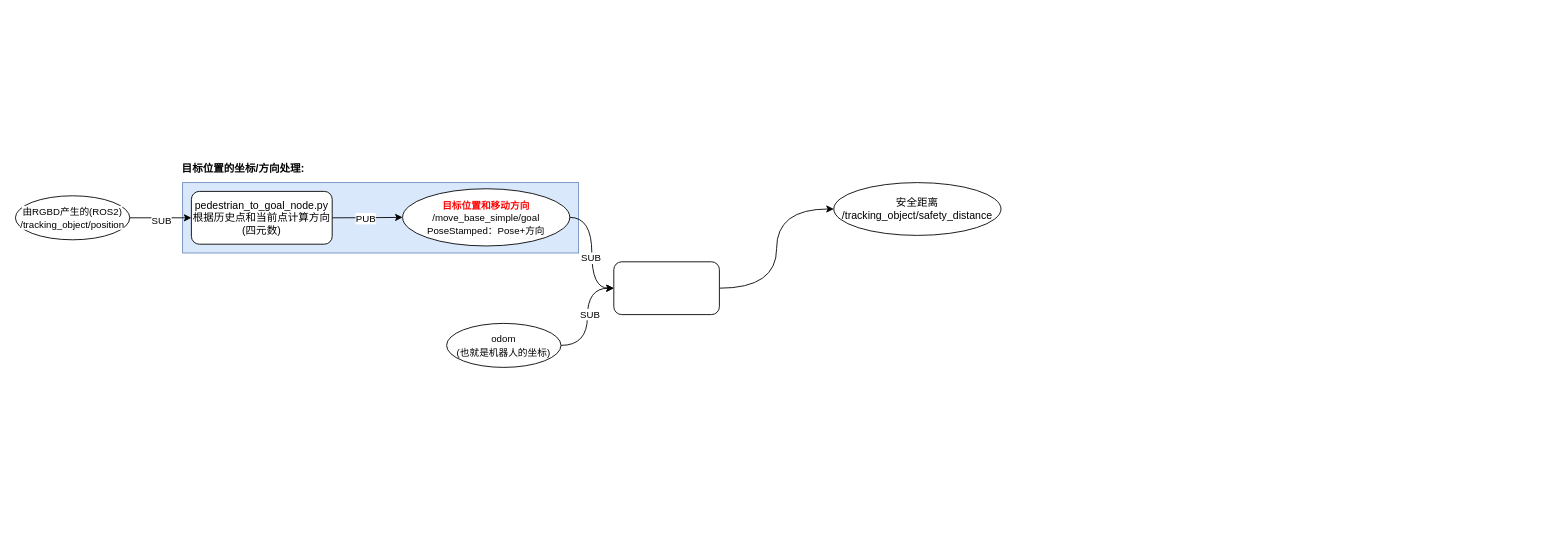
Above: Follow_everything_flow.drawio in mailonghua/drawio (draw.io), before the change. Source tidied: cells renumbered, new cells numbered last; positions are measured from the earlier drawing's top-left corner, leaving out a move shared by most shapes. Both pictures are drawn from the tidied source at 88%, with x=0, y=0 at pixel (15, 156).
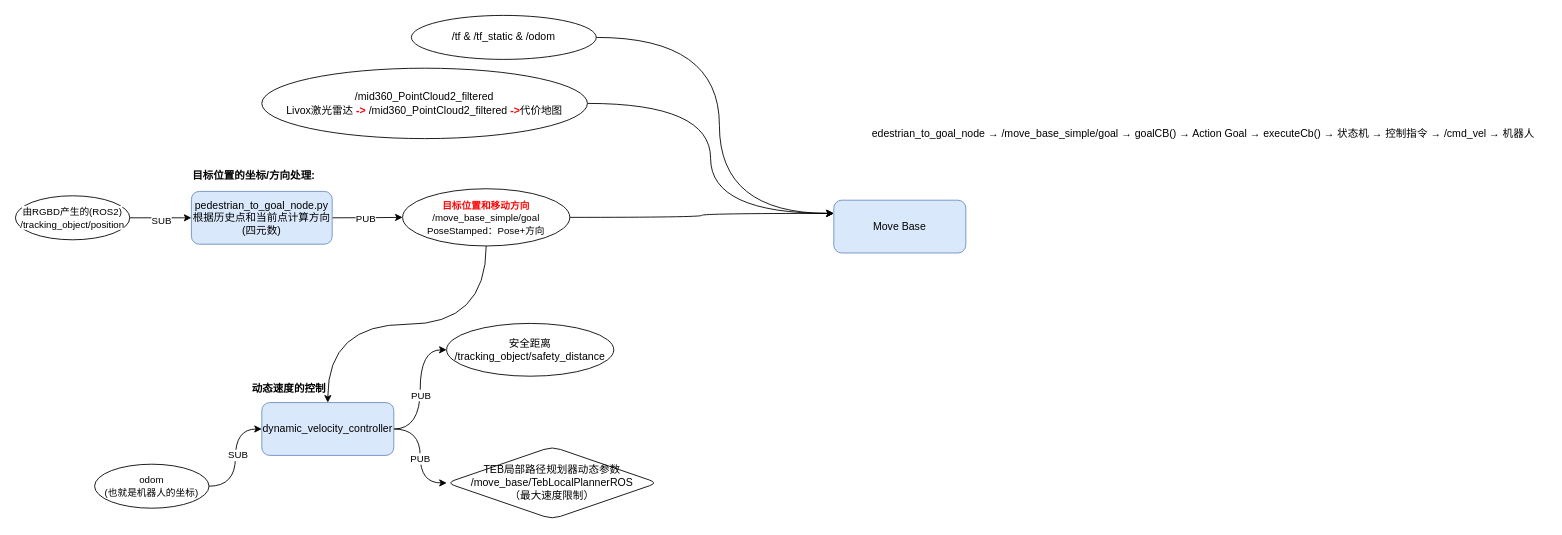
Above is the later version.

Unchanged cells that the change refers to:
```xml
<mxCell id="11" value="&lt;span style=&quot;background-color: rgb(255, 255, 255);&quot;&gt;&lt;span style=&quot;font-size: 11px; text-wrap-mode: nowrap;&quot;&gt;&lt;font style=&quot;color: rgb(255, 0, 0);&quot;&gt;&lt;b&gt;目标位置和移动方向&lt;/b&gt;&lt;/font&gt;&lt;br&gt;/move_base_simple/goal&lt;/span&gt;&lt;br&gt;&lt;span style=&quot;font-size: 11px; text-wrap-mode: nowrap;&quot;&gt;PoseStamped：Pose+方向&lt;/span&gt;&lt;/span&gt;" style="ellipse;whiteSpace=wrap;html=1;" parent="1" vertex="1">
  <mxGeometry x="440" y="37" width="190" height="65" as="geometry" />
</mxCell>
<mxCell id="12" style="edgeStyle=orthogonalEdgeStyle;curved=1;rounded=0;jettySize=auto;html=1;exitX=1;exitY=0.5;exitDx=0;exitDy=0;entryX=0;entryY=0.5;entryDx=0;entryDy=0;" parent="1" edge="1" source="13" target="18">
  <mxGeometry relative="1" as="geometry" />
</mxCell>
```

The edit, as a diff of the source:
```diff
@@
-    <mxCell id="2" style="rounded=0;whiteSpace=wrap;html=1;fillColor=#dae8fc;strokeColor=#6c8ebf;" parent="1" vertex="1">
-      <mxGeometry x="190" y="30" width="450" height="80" as="geometry" />
-    </mxCell>
@@
-    <mxCell id="7" value="pedestrian_to_goal_node.py&lt;br&gt;根据历史点和当前点计算方向(四元数)" style="rounded=1;whiteSpace=wrap;html=1;" parent="1" vertex="1">
+    <mxCell id="7" value="pedestrian_to_goal_node.py&lt;br&gt;根据历史点和当前点计算方向(四元数)" style="rounded=1;whiteSpace=wrap;html=1;fillColor=#dae8fc;strokeColor=#6c8ebf;" parent="1" vertex="1">
       <mxGeometry x="200" y="40" width="160" height="60" as="geometry" />
     </mxCell>
@@
-    <mxCell id="9" style="edgeStyle=orthogonalEdgeStyle;curved=1;rounded=0;jettySize=auto;html=1;exitX=1;exitY=0.5;exitDx=0;exitDy=0;entryX=0;entryY=0.5;entryDx=0;entryDy=0;" parent="1" edge="1" source="11" target="13">
+    <mxCell id="9" style="edgeStyle=orthogonalEdgeStyle;curved=1;rounded=0;jettySize=auto;html=1;exitX=0.5;exitY=1;exitDx=0;exitDy=0;entryX=0.5;entryY=0;entryDx=0;entryDy=0;" parent="1" edge="1" source="11" target="13">
       <mxGeometry relative="1" as="geometry" />
     </mxCell>
-    <mxCell id="10" value="SUB" style="edgeLabel;html=1;align=center;verticalAlign=middle;" parent="9" vertex="1">
-      <mxGeometry x="0.09" y="-2" relative="1" as="geometry" />
-    </mxCell>
+    <mxCell id="19" style="edgeStyle=orthogonalEdgeStyle;curved=1;rounded=0;jettySize=auto;html=1;exitX=1;exitY=0.5;exitDx=0;exitDy=0;entryX=0;entryY=0.25;entryDx=0;entryDy=0;" parent="1" edge="1" source="11" target="25">
+      <mxGeometry relative="1" as="geometry" />
+    </mxCell>
@@
+    <mxCell id="20" value="PUB" style="edgeLabel;html=1;align=center;verticalAlign=middle;" parent="12" vertex="1">
+      <mxGeometry x="-0.08" relative="1" as="geometry" />
+    </mxCell>
+    <mxCell id="21" style="edgeStyle=orthogonalEdgeStyle;curved=1;rounded=0;jettySize=auto;html=1;" parent="1" edge="1" source="13" target="23">
+      <mxGeometry relative="1" as="geometry" />
+    </mxCell>
+    <mxCell id="22" value="PUB" style="edgeLabel;html=1;align=center;verticalAlign=middle;" parent="21" vertex="1">
+      <mxGeometry x="0.04" y="-1" relative="1" as="geometry" />
+    </mxCell>
-    <mxCell id="13" style="rounded=1;whiteSpace=wrap;html=1;" parent="1" vertex="1">
-      <mxGeometry x="680" y="120" width="120" height="60" as="geometry" />
+    <mxCell id="13" value="dynamic_velocity_controller" style="rounded=1;whiteSpace=wrap;html=1;fillColor=#dae8fc;strokeColor=#6c8ebf;" parent="1" vertex="1">
+      <mxGeometry x="280" y="280" width="150" height="60" as="geometry" />
     </mxCell>
@@
     <mxCell id="16" value="&lt;div&gt;&lt;span style=&quot;font-size: 11px; text-wrap-mode: nowrap;&quot;&gt;odom&lt;/span&gt;&lt;/div&gt;&lt;div&gt;&lt;span style=&quot;font-size: 11px; text-wrap-mode: nowrap;&quot;&gt;(也就是机器人的坐标)&lt;/span&gt;&lt;/div&gt;" style="ellipse;whiteSpace=wrap;html=1;" parent="1" vertex="1">
-      <mxGeometry x="490" y="190" width="130" height="50" as="geometry" />
+      <mxGeometry x="90" y="350" width="130" height="50" as="geometry" />
     </mxCell>
     <mxCell id="17" value="目标位置的坐标/方向处理:" style="text;strokeColor=none;align=center;fillColor=none;html=1;verticalAlign=middle;whiteSpace=wrap;rounded=0;fontStyle=1;" parent="1" vertex="1">
-      <mxGeometry x="188" width="142" height="30" as="geometry" />
+      <mxGeometry x="200" y="7" width="142" height="30" as="geometry" />
     </mxCell>
     <mxCell id="18" value="安全距离&lt;br&gt;/tracking_object/safety_distance" style="ellipse;whiteSpace=wrap;html=1;" parent="1" vertex="1">
-      <mxGeometry x="930" y="30" width="190" height="60" as="geometry" />
+      <mxGeometry x="490" y="190" width="190" height="60" as="geometry" />
     </mxCell>
+    <mxCell id="23" value="TEB局部路径规划器动态参数&lt;br&gt;/move_base/TebLocalPlannerROS&lt;br&gt;（最大速度限制）" style="rhombus;whiteSpace=wrap;html=1;rounded=1;" parent="1" vertex="1">
+      <mxGeometry x="490" y="330" width="240" height="82.5" as="geometry" />
+    </mxCell>
+    <mxCell id="24" value="动态速度的控制" style="text;strokeColor=none;align=center;fillColor=none;html=1;verticalAlign=middle;whiteSpace=wrap;rounded=0;fontStyle=1;" parent="1" vertex="1">
+      <mxGeometry x="240" y="250" width="142" height="30" as="geometry" />
+    </mxCell>
+    <mxCell id="25" value="Move Base" style="rounded=1;whiteSpace=wrap;html=1;fillColor=#dae8fc;strokeColor=#6c8ebf;" parent="1" vertex="1">
+      <mxGeometry x="930" y="50" width="150" height="60" as="geometry" />
+    </mxCell>
+    <mxCell id="26" style="edgeStyle=orthogonalEdgeStyle;curved=1;rounded=0;jettySize=auto;html=1;exitX=1;exitY=0.5;exitDx=0;exitDy=0;entryX=0;entryY=0.25;entryDx=0;entryDy=0;" parent="1" edge="1" source="27" target="25">
+      <mxGeometry relative="1" as="geometry" />
+    </mxCell>
+    <mxCell id="27" value="/mid360_PointCloud2_filtered&lt;br&gt;Livox激光雷达 &lt;b&gt;&lt;font style=&quot;color: rgb(255, 0, 0);&quot;&gt;-&amp;gt;&lt;/font&gt;&lt;/b&gt; /mid360_PointCloud2_filtered &lt;b&gt;&lt;font style=&quot;color: rgb(255, 0, 0);&quot;&gt;-&amp;gt;&lt;/font&gt;&lt;/b&gt;代价地图" style="ellipse;whiteSpace=wrap;html=1;" parent="1" vertex="1">
+      <mxGeometry x="280" y="-100" width="370" height="80" as="geometry" />
+    </mxCell>
+    <mxCell id="28" style="edgeStyle=orthogonalEdgeStyle;curved=1;rounded=0;jettySize=auto;html=1;exitX=1;exitY=0.5;exitDx=0;exitDy=0;entryX=0;entryY=0.25;entryDx=0;entryDy=0;" parent="1" edge="1" source="29" target="25">
+      <mxGeometry relative="1" as="geometry">
+        <Array as="points">
+          <mxPoint x="800" y="-135" />
+          <mxPoint x="800" y="65" />
+        </Array>
+      </mxGeometry>
+    </mxCell>
+    <mxCell id="29" value="/tf &amp;amp; /tf_static &amp;amp; /odom" style="ellipse;whiteSpace=wrap;html=1;" parent="1" vertex="1">
+      <mxGeometry x="450" y="-160" width="210" height="50" as="geometry" />
+    </mxCell>
+    <mxCell id="30" value="edestrian_to_goal_node → /move_base_simple/goal → goalCB() → Action Goal → executeCb() → 状态机 → 控制指令 → /cmd_vel → 机器人" style="text;strokeColor=none;align=center;fillColor=none;html=1;verticalAlign=middle;whiteSpace=wrap;rounded=0;" parent="1" vertex="1">
+      <mxGeometry x="960" y="-40" width="780" height="30" as="geometry" />
+    </mxCell>
```
